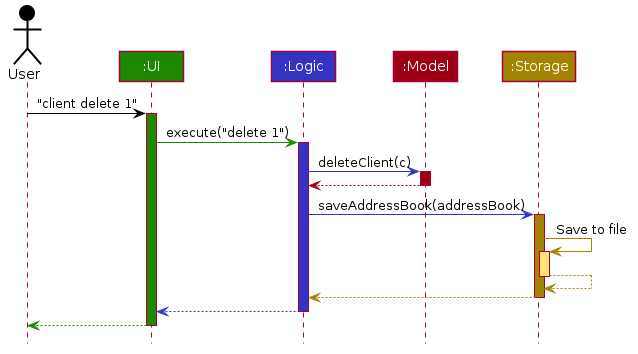
This is docs/images/ArchitectureSequenceDiagram.png from tankangliang/tp, a PlantUML export, as it was before one commit.
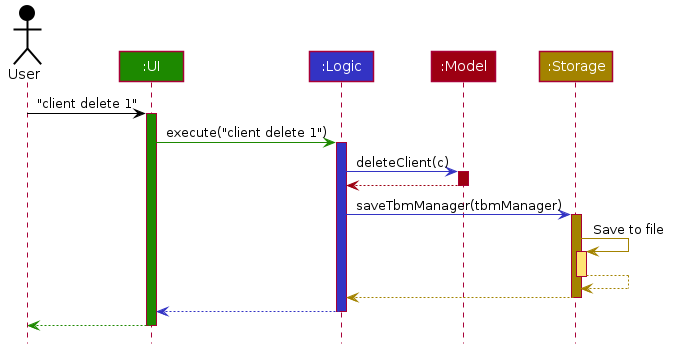
After the commit.

Change to the diagram source:
```diff
@@ -57,7 +57,7 @@
 user -[#000000]> ui : "client delete 1"
 activate ui #1D8900
 
-ui -[#1D8900]> logic : execute("delete 1")
+ui -[#1D8900]> logic : execute("client delete 1")
 activate logic #3333C4
 
 logic -[#3333C4]> model : deleteClient(c)
@@ -66,7 +66,7 @@
 model -[#9D0012]-> logic
 deactivate model
 
-logic -[#3333C4]> storage : saveAddressBook(addressBook)
+logic -[#3333C4]> storage : saveTbmManager(tbmManager)
 activate storage #A38300
 
 storage -[#A38300]> storage : Save to file
```
